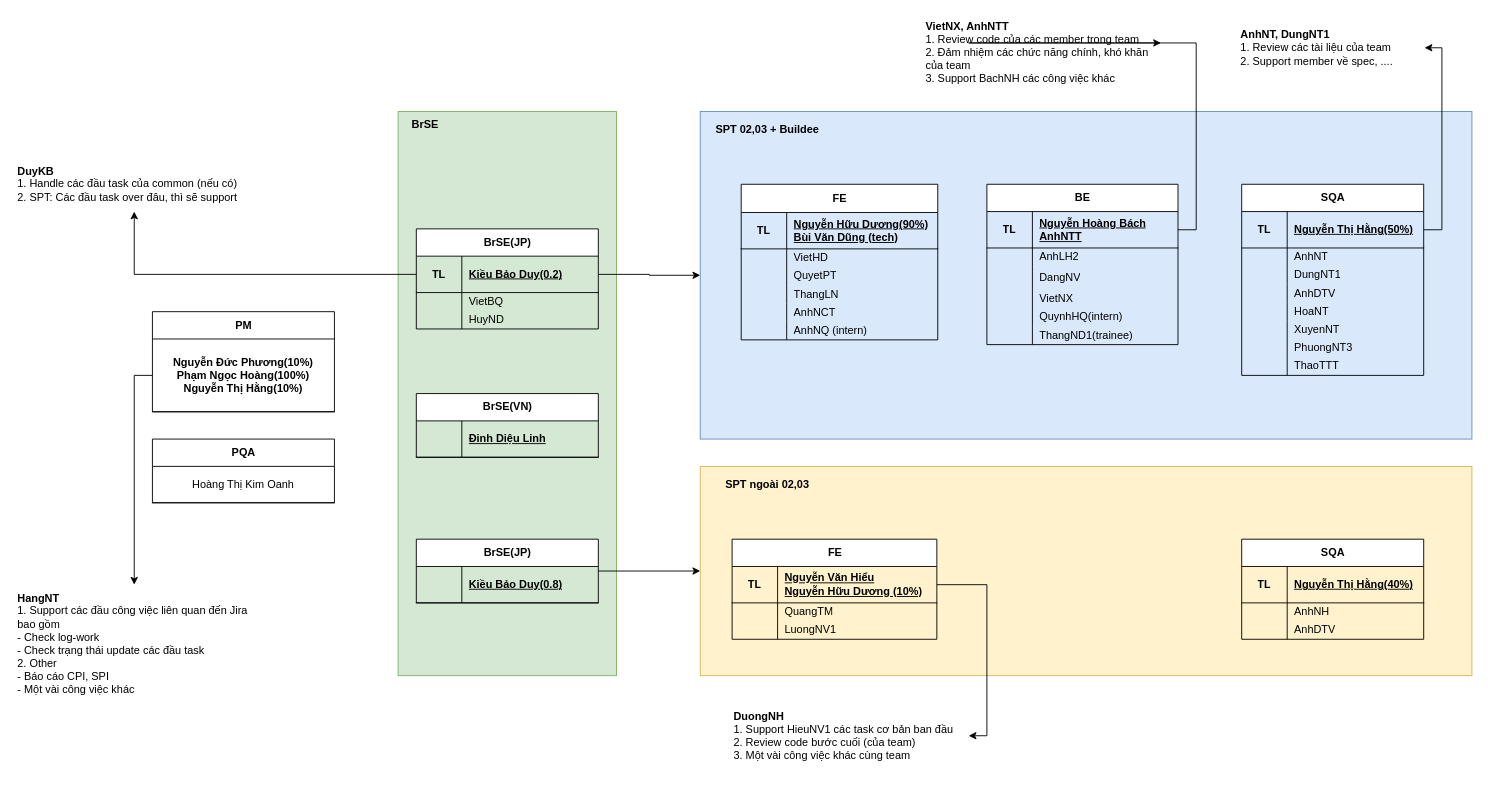
hoangpn256/diagram keeps this draw.io diagram as page "Cơ cấu team" (7 of 9) of Biểu đồ không có tiêu đề.drawio. Above is the earlier version. Source tidied: cells renumbered, new cells numbered last; positions are measured from the earlier drawing's top-left corner, leaving out a move shared by most shapes. Both pictures are drawn from the tidied source at 91%, with x=0, y=0 at pixel (15, 15).
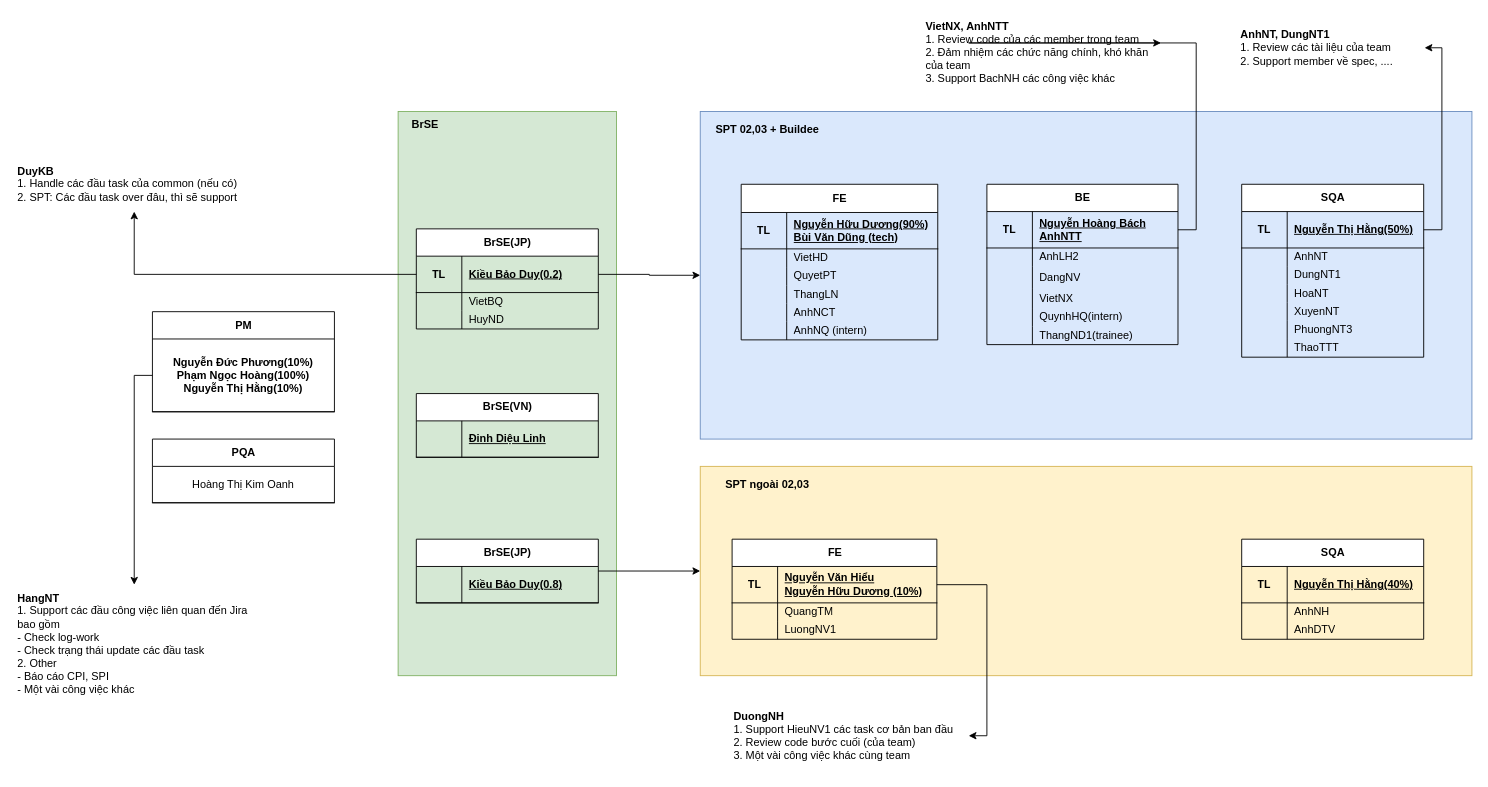
The same diagram, later.

Commit message:
Cập nhật Biểu đồ không có tiêu đề.drawio

Diff of the diagram source:
```diff
@@
     <mxCell id="43" value="SQA" style="shape=table;startSize=30;childLayout=tableLayout;rowLines=0;fontStyle=1;align=center;html=1;" parent="1" vertex="1">
-      <mxGeometry x="1347" y="185" width="200" height="210" as="geometry" />
+      <mxGeometry x="1347" y="185" width="200" height="190" as="geometry" />
     </mxCell>
@@
-    <mxCell id="53" style="shape=tableRow;horizontal=0;startSize=0;swimlaneHead=0;swimlaneBody=0;fillColor=none;top=0;left=0;right=0;bottom=0;" parent="43" vertex="1">
-      <mxGeometry y="110" width="200" height="20" as="geometry" />
-    </mxCell>
-    <mxCell id="54" style="shape=partialRectangle;fillColor=none;top=0;left=0;bottom=0;right=0;overflow=hidden;whiteSpace=wrap;html=1;" parent="53" vertex="1">
-      <mxGeometry width="50" height="20" as="geometry" />
-    </mxCell>
-    <mxCell id="55" value="&lt;span&gt;AnhDTV&lt;/span&gt;" style="shape=partialRectangle;fillColor=none;top=0;left=0;bottom=0;right=0;align=left;spacingLeft=6;overflow=hidden;whiteSpace=wrap;html=1;fontStyle=0;" parent="53" vertex="1">
-      <mxGeometry x="50" width="150" height="20" as="geometry" />
-    </mxCell>
     <mxCell id="56" style="shape=tableRow;horizontal=0;startSize=0;swimlaneHead=0;swimlaneBody=0;fillColor=none;top=0;left=0;right=0;bottom=0;" parent="43" vertex="1">
-      <mxGeometry y="130" width="200" height="20" as="geometry" />
+      <mxGeometry y="110" width="200" height="20" as="geometry" />
     </mxCell>
@@
     <mxCell id="59" style="shape=tableRow;horizontal=0;startSize=0;swimlaneHead=0;swimlaneBody=0;fillColor=none;top=0;left=0;right=0;bottom=0;" parent="43" vertex="1">
-      <mxGeometry y="150" width="200" height="20" as="geometry" />
+      <mxGeometry y="130" width="200" height="20" as="geometry" />
     </mxCell>
@@
     <mxCell id="62" style="shape=tableRow;horizontal=0;startSize=0;swimlaneHead=0;swimlaneBody=0;fillColor=none;top=0;left=0;right=0;bottom=0;" parent="43" vertex="1">
-      <mxGeometry y="170" width="200" height="20" as="geometry" />
+      <mxGeometry y="150" width="200" height="20" as="geometry" />
     </mxCell>
@@
     <mxCell id="65" style="shape=tableRow;horizontal=0;startSize=0;swimlaneHead=0;swimlaneBody=0;fillColor=none;top=0;left=0;right=0;bottom=0;" parent="43" vertex="1">
-      <mxGeometry y="190" width="200" height="20" as="geometry" />
+      <mxGeometry y="170" width="200" height="20" as="geometry" />
     </mxCell>
```
